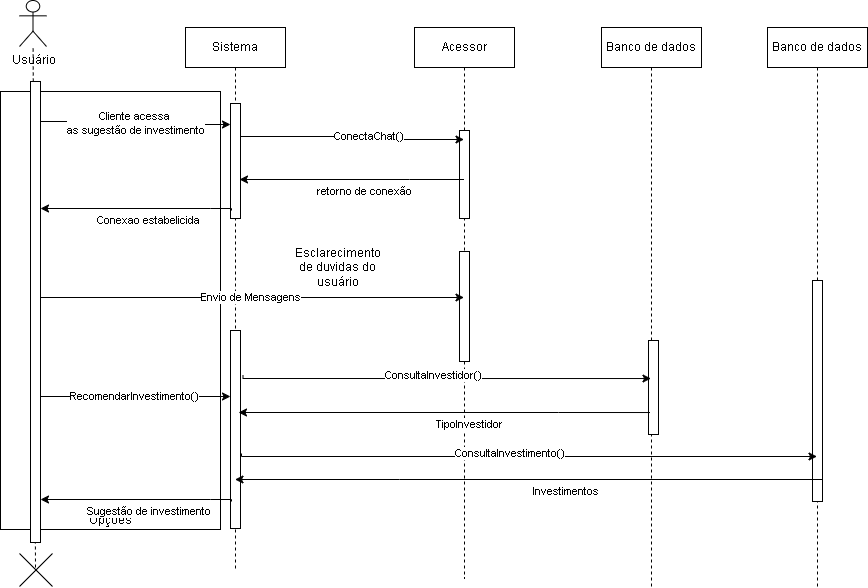
Before: Diagrama_sequencia_sugerir.png, a diagram exported from draw.io (ThePlano/Projeto-CC5511---ENGENHARIA-DE-SOFTWARE). Source tidied: cells renumbered, new cells last; positions are measured from the earlier drawing's top-left corner, leaving out a move shared by most shapes.
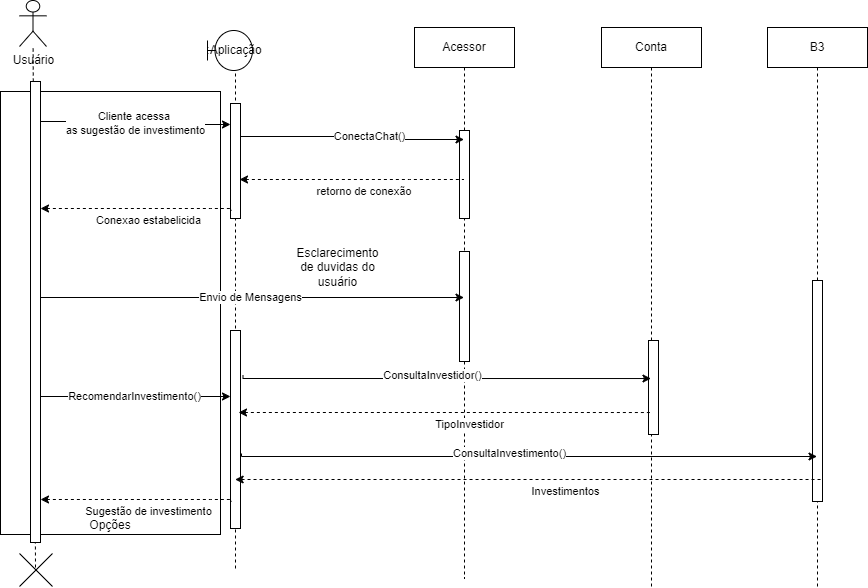
After the commit.

What changed in the source:
```diff
@@ -3,7 +3,7 @@
     <mxCell id="0" />
     <mxCell id="1" parent="0" />
     <mxCell id="2" value="Opções" style="rounded=0;whiteSpace=wrap;html=1;fillColor=none;verticalAlign=bottom;" parent="1" vertex="1">
-      <mxGeometry y="91" width="220" height="438" as="geometry" />
+      <mxGeometry y="91" width="220" height="443" as="geometry" />
     </mxCell>
     <mxCell id="3" value="Usuário" style="shape=umlActor;verticalLabelPosition=bottom;verticalAlign=top;html=1;outlineConnect=0;" parent="1" vertex="1">
       <mxGeometry x="19" width="27" height="46" as="geometry" />
@@ -42,7 +42,7 @@
     <mxCell id="12" style="html=1;points=[[0,0,0,0,5],[0,1,0,0,-5],[1,0,0,0,5],[1,1,0,0,-5]];perimeter=orthogonalPerimeter;outlineConnect=0;targetShapes=umlLifeline;portConstraint=eastwest;newEdgeStyle={&quot;curved&quot;:0,&quot;rounded&quot;:0};" parent="1" vertex="1">
       <mxGeometry x="30" y="81" width="10" height="461" as="geometry" />
     </mxCell>
-    <mxCell id="13" value="retorno de conexão&amp;nbsp;" style="edgeStyle=orthogonalEdgeStyle;rounded=0;jettySize=auto;html=1;curved=0;startArrow=classic;startFill=1;endArrow=none;endFill=0;" parent="1" edge="1" target="8">
+    <mxCell id="13" value="retorno de conexão&amp;nbsp;" style="edgeStyle=orthogonalEdgeStyle;rounded=0;jettySize=auto;html=1;curved=0;startArrow=classic;startFill=1;endArrow=none;endFill=0;dashed=1;" parent="1" edge="1" target="8">
       <mxGeometry x="0.12" y="-12" relative="1" as="geometry">
         <mxPoint x="239" y="179" as="sourcePoint" />
         <Array as="points">
@@ -60,7 +60,7 @@
         </Array>
       </mxGeometry>
     </mxCell>
-    <mxCell id="15" value="Conexao estabelicida" style="edgeStyle=orthogonalEdgeStyle;rounded=0;orthogonalLoop=1;jettySize=auto;html=1;curved=0;startArrow=classic;startFill=1;endArrow=none;endFill=0;" parent="1" edge="1">
+    <mxCell id="15" value="Conexao estabelicida" style="edgeStyle=orthogonalEdgeStyle;rounded=0;orthogonalLoop=1;jettySize=auto;html=1;curved=0;startArrow=classic;startFill=1;endArrow=none;endFill=0;dashed=1;" parent="1" edge="1">
       <mxGeometry x="0.12" y="-12" relative="1" as="geometry">
         <mxPoint x="40" y="208" as="sourcePoint" />
         <mxPoint x="231" y="210" as="targetPoint" />
@@ -81,7 +81,7 @@
     <mxCell id="17" value="Esclarecimento de duvidas do usuário" style="text;html=1;align=center;verticalAlign=middle;whiteSpace=wrap;rounded=0;" parent="1" vertex="1">
       <mxGeometry x="288" y="252" width="99" height="30" as="geometry" />
     </mxCell>
-    <mxCell id="18" value="Banco de dados" style="shape=umlLifeline;perimeter=lifelinePerimeter;whiteSpace=wrap;html=1;newEdgeStyle={&quot;curved&quot;:0,&quot;rounded&quot;:0};" parent="1" vertex="1">
+    <mxCell id="18" value="Conta" style="shape=umlLifeline;perimeter=lifelinePerimeter;whiteSpace=wrap;html=1;newEdgeStyle={&quot;curved&quot;:0,&quot;rounded&quot;:0};" parent="1" vertex="1">
       <mxGeometry x="601" y="27" width="100" height="559" as="geometry" />
     </mxCell>
     <mxCell id="19" style="html=1;perimeter=orthogonalPerimeter;targetShapes=umlLifeline;newEdgeStyle={&quot;curved&quot;:0,&quot;rounded&quot;:0};" parent="18" vertex="1">
@@ -96,7 +96,7 @@
         </Array>
       </mxGeometry>
     </mxCell>
-    <mxCell id="21" value="Banco de dados" style="shape=umlLifeline;perimeter=lifelinePerimeter;whiteSpace=wrap;html=1;outlineConnect=0;portConstraint=eastwest;newEdgeStyle={&quot;curved&quot;:0,&quot;rounded&quot;:0};" parent="1" vertex="1">
+    <mxCell id="21" value="B3" style="shape=umlLifeline;perimeter=lifelinePerimeter;whiteSpace=wrap;html=1;outlineConnect=0;portConstraint=eastwest;newEdgeStyle={&quot;curved&quot;:0,&quot;rounded&quot;:0};" parent="1" vertex="1">
       <mxGeometry x="767" y="27" width="100" height="560" as="geometry" />
     </mxCell>
     <mxCell id="22" style="html=1;perimeter=orthogonalPerimeter;targetShapes=umlLifeline;newEdgeStyle={&quot;curved&quot;:0,&quot;rounded&quot;:0};" parent="21" vertex="1">
@@ -111,7 +111,7 @@
         </Array>
       </mxGeometry>
     </mxCell>
-    <mxCell id="24" value="TipoInvestidor" style="edgeStyle=orthogonalEdgeStyle;rounded=0;orthogonalLoop=1;jettySize=auto;html=1;curved=0;startArrow=classic;startFill=1;endArrow=none;endFill=0;" parent="1" edge="1">
+    <mxCell id="24" value="TipoInvestidor" style="edgeStyle=orthogonalEdgeStyle;rounded=0;orthogonalLoop=1;jettySize=auto;html=1;curved=0;startArrow=classic;startFill=1;endArrow=none;endFill=0;dashed=1;" parent="1" edge="1">
       <mxGeometry x="0.12" y="-12" relative="1" as="geometry">
         <mxPoint x="238" y="412" as="sourcePoint" />
         <mxPoint x="649.5" y="412" as="targetPoint" />
@@ -129,7 +129,7 @@
         </Array>
       </mxGeometry>
     </mxCell>
-    <mxCell id="26" value="Investimentos" style="edgeStyle=orthogonalEdgeStyle;rounded=0;jettySize=auto;html=1;curved=0;startArrow=classic;startFill=1;endArrow=none;endFill=0;" parent="1" edge="1" source="4">
+    <mxCell id="26" value="Investimentos" style="edgeStyle=orthogonalEdgeStyle;rounded=0;jettySize=auto;html=1;curved=0;startArrow=classic;startFill=1;endArrow=none;endFill=0;dashed=1;" parent="1" edge="1" source="4">
       <mxGeometry x="0.12" y="-12" relative="1" as="geometry">
         <mxPoint x="822" y="479" as="targetPoint" />
         <Array as="points">
@@ -138,7 +138,7 @@
         </Array>
       </mxGeometry>
     </mxCell>
-    <mxCell id="27" value="Sugestão de investimento" style="edgeStyle=orthogonalEdgeStyle;rounded=0;orthogonalLoop=1;jettySize=auto;html=1;curved=0;startArrow=classic;startFill=1;endArrow=none;endFill=0;" parent="1" edge="1">
+    <mxCell id="27" value="Sugestão de investimento" style="edgeStyle=orthogonalEdgeStyle;rounded=0;orthogonalLoop=1;jettySize=auto;html=1;curved=0;startArrow=classic;startFill=1;endArrow=none;endFill=0;dashed=1;" parent="1" edge="1">
       <mxGeometry x="0.12" y="-12" relative="1" as="geometry">
         <mxPoint x="40" y="499" as="sourcePoint" />
         <mxPoint x="231" y="501" as="targetPoint" />
@@ -151,5 +151,11 @@
     <mxCell id="28" style="shape=mxgraph.sysml.x;" parent="1" vertex="1">
       <mxGeometry x="19" y="553" width="33" height="33" as="geometry" />
     </mxCell>
+    <mxCell id="29" style="rounded=0;whiteSpace=wrap;html=1;strokeColor=none;" parent="1" vertex="1">
+      <mxGeometry x="175" y="10" width="120" height="60" as="geometry" />
+    </mxCell>
+    <mxCell id="30" value=":Aplicação" style="shape=umlBoundary;whiteSpace=wrap;html=1;" parent="1" vertex="1">
+      <mxGeometry x="207" y="30" width="45" height="40" as="geometry" />
+    </mxCell>
   </root>
 </mxGraphModel>
```
